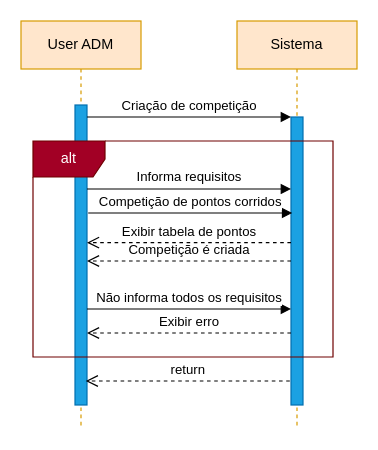
Deyvib/Modulos keeps this draw.io diagram as diagseq.drawio. Above is the earlier version. Source tidied: cells renumbered, new cells numbered last; positions are measured from the earlier drawing's top-left corner, leaving out a move shared by most shapes. Both pictures are drawn from the tidied source at 120%, with x=0, y=0 at pixel (20, 20).
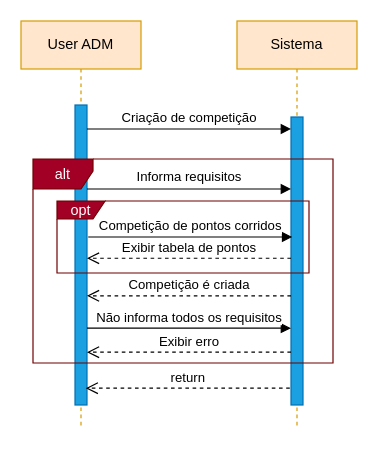
The same diagram, later.

The change refers to these unchanged cells:
```xml
<mxCell id="3" style="html=1;points=[];perimeter=orthogonalPerimeter;outlineConnect=0;targetShapes=umlLifeline;portConstraint=eastwest;newEdgeStyle={&quot;edgeStyle&quot;:&quot;elbowEdgeStyle&quot;,&quot;elbow&quot;:&quot;vertical&quot;,&quot;curved&quot;:0,&quot;rounded&quot;:0};fillColor=#1ba1e2;strokeColor=#006EAF;fontColor=#ffffff;" parent="2" vertex="1">
  <mxGeometry x="45" y="70" width="10" height="250" as="geometry" />
</mxCell>
<mxCell id="5" style="html=1;points=[];perimeter=orthogonalPerimeter;outlineConnect=0;targetShapes=umlLifeline;portConstraint=eastwest;newEdgeStyle={&quot;edgeStyle&quot;:&quot;elbowEdgeStyle&quot;,&quot;elbow&quot;:&quot;vertical&quot;,&quot;curved&quot;:0,&quot;rounded&quot;:0};fillColor=#1ba1e2;fontColor=#ffffff;strokeColor=#006EAF;" parent="4" vertex="1">
  <mxGeometry x="45" y="80" width="10" height="240" as="geometry" />
</mxCell>
```

Change to the diagram source:
```diff
@@
-    <mxCell id="6" value="Criação de competição" style="html=1;verticalAlign=bottom;endArrow=block;edgeStyle=elbowEdgeStyle;elbow=vertical;curved=0;rounded=0;" parent="1" edge="1" source="3" target="5">
+    <mxCell id="6" value="Criação de competição" style="html=1;verticalAlign=bottom;endArrow=block;edgeStyle=elbowEdgeStyle;elbow=vertical;curved=0;rounded=0;" parent="1" edge="1">
       <mxGeometry relative="1" as="geometry">
+        <mxPoint x="55" y="90" as="sourcePoint" />
+        <mxPoint x="225" y="90" as="targetPoint" />
         <Array as="points">
-          <mxPoint x="140" y="80" />
+          <mxPoint x="140" y="90" />
         </Array>
       </mxGeometry>
     </mxCell>
     <mxCell id="7" value="return" style="html=1;verticalAlign=bottom;endArrow=open;dashed=1;endSize=8;edgeStyle=elbowEdgeStyle;elbow=vertical;curved=0;rounded=0;" parent="1" edge="1">
       <mxGeometry relative="1" as="geometry">
-        <mxPoint x="224" y="300" as="sourcePoint" />
-        <mxPoint x="54" y="300" as="targetPoint" />
+        <mxPoint x="224" y="306" as="sourcePoint" />
+        <mxPoint x="54" y="306" as="targetPoint" />
         <Array as="points">
-          <mxPoint x="149" y="300" />
+          <mxPoint x="149" y="306" />
         </Array>
       </mxGeometry>
     </mxCell>
@@
-    <mxCell id="9" value="alt" style="shape=umlFrame;whiteSpace=wrap;html=1;fillColor=#a20025;strokeColor=#6F0000;fontColor=#ffffff;" parent="1" vertex="1">
-      <mxGeometry x="10" y="100" width="250" height="180" as="geometry" />
+    <mxCell id="9" value="alt" style="shape=umlFrame;whiteSpace=wrap;html=1;fillColor=#a20025;strokeColor=#6F0000;fontColor=#ffffff;width=50;height=25;" parent="1" vertex="1">
+      <mxGeometry x="10" y="115" width="250" height="170" as="geometry" />
     </mxCell>
     <mxCell id="10" value="Não informa todos os requisitos" style="html=1;verticalAlign=bottom;endArrow=block;edgeStyle=elbowEdgeStyle;elbow=vertical;curved=0;rounded=0;" parent="1" edge="1">
       <mxGeometry relative="1" as="geometry">
-        <mxPoint x="55" y="240" as="sourcePoint" />
-        <mxPoint x="225" y="240" as="targetPoint" />
+        <mxPoint x="55" y="256" as="sourcePoint" />
+        <mxPoint x="225" y="256" as="targetPoint" />
       </mxGeometry>
     </mxCell>
     <mxCell id="11" value="Competição de pontos corridos" style="html=1;verticalAlign=bottom;endArrow=block;edgeStyle=elbowEdgeStyle;elbow=vertical;curved=0;rounded=0;" parent="1" edge="1">
       <mxGeometry relative="1" as="geometry">
-        <mxPoint x="56" y="160" as="sourcePoint" />
-        <mxPoint x="226" y="160" as="targetPoint" />
+        <mxPoint x="56" y="180" as="sourcePoint" />
+        <mxPoint x="226" y="180" as="targetPoint" />
       </mxGeometry>
     </mxCell>
     <mxCell id="12" value="Exibir erro" style="html=1;verticalAlign=bottom;endArrow=open;dashed=1;endSize=8;edgeStyle=elbowEdgeStyle;elbow=vertical;curved=0;rounded=0;" parent="1" edge="1">
       <mxGeometry relative="1" as="geometry">
-        <mxPoint x="225" y="260" as="sourcePoint" />
-        <mxPoint x="55" y="260" as="targetPoint" />
+        <mxPoint x="225" y="276" as="sourcePoint" />
+        <mxPoint x="55" y="276" as="targetPoint" />
         <Array as="points">
-          <mxPoint x="150" y="260" />
+          <mxPoint x="150" y="276" />
         </Array>
       </mxGeometry>
     </mxCell>
     <mxCell id="13" value="Competição é criada" style="html=1;verticalAlign=bottom;endArrow=open;dashed=1;endSize=8;edgeStyle=elbowEdgeStyle;elbow=vertical;curved=0;rounded=0;" parent="1" edge="1">
       <mxGeometry relative="1" as="geometry">
-        <mxPoint x="225" y="200" as="sourcePoint" />
-        <mxPoint x="55" y="200" as="targetPoint" />
+        <mxPoint x="225" y="229" as="sourcePoint" />
+        <mxPoint x="55" y="229" as="targetPoint" />
         <Array as="points">
-          <mxPoint x="150" y="200" />
+          <mxPoint x="150" y="229" />
         </Array>
       </mxGeometry>
     </mxCell>
     <mxCell id="14" value="Exibir tabela de pontos" style="html=1;verticalAlign=bottom;endArrow=open;dashed=1;endSize=8;edgeStyle=elbowEdgeStyle;elbow=vertical;curved=0;rounded=0;" parent="1" edge="1">
       <mxGeometry relative="1" as="geometry">
-        <mxPoint x="225" y="184.7" as="sourcePoint" />
-        <mxPoint x="55" y="184.7" as="targetPoint" />
+        <mxPoint x="225" y="197.7" as="sourcePoint" />
+        <mxPoint x="55" y="197.7" as="targetPoint" />
         <Array as="points">
-          <mxPoint x="150" y="184.7" />
+          <mxPoint x="150" y="197.7" />
         </Array>
       </mxGeometry>
     </mxCell>
+    <mxCell id="15" value="opt" style="shape=umlFrame;whiteSpace=wrap;html=1;width=40;height=15;fillColor=#a20025;fontColor=#ffffff;strokeColor=#6F0000;" parent="1" vertex="1">
+      <mxGeometry x="30" y="150" width="210" height="60" as="geometry" />
+    </mxCell>
```
